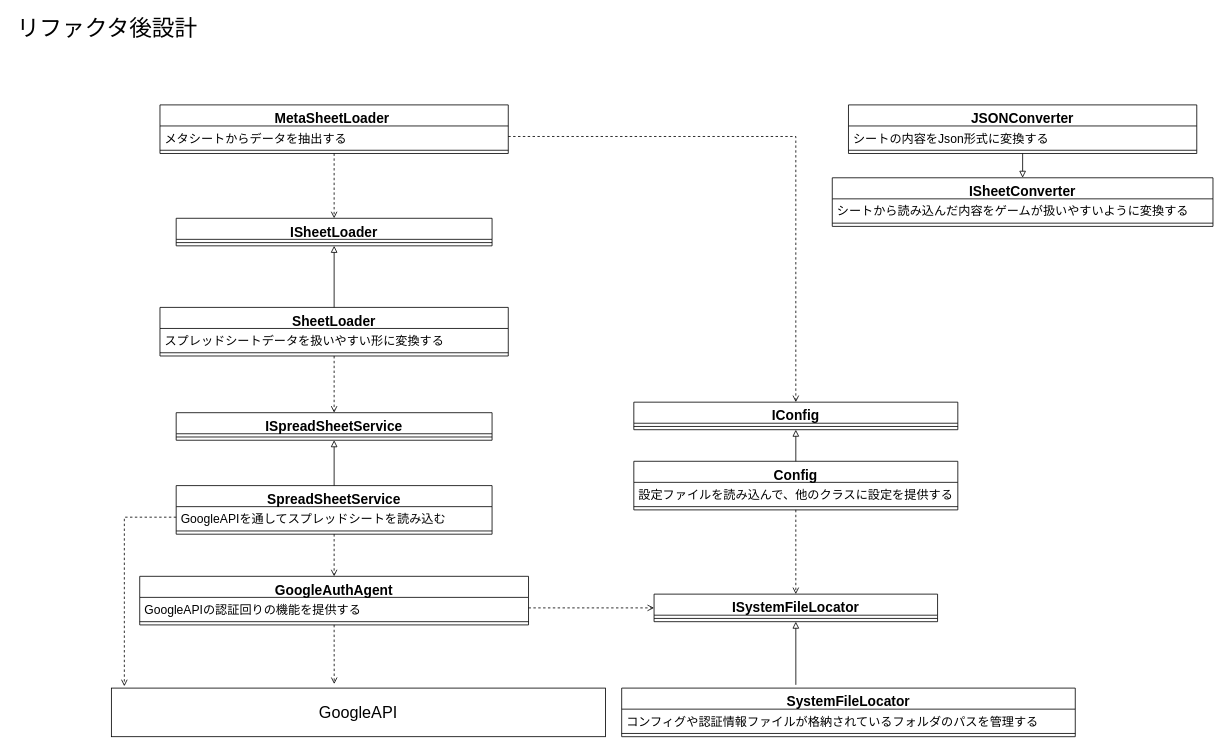
This is Designs/コア機能設計.drawio from Dumble009/GoogleDriveDownloader, a draw.io file, before an edit. Source tidied: cells renumbered, new cells numbered last; positions are measured from the earlier drawing's top-left corner, leaving out a move shared by most shapes. Both pictures are drawn from the tidied source at 81%, with x=0, y=0 at pixel (14, 15).
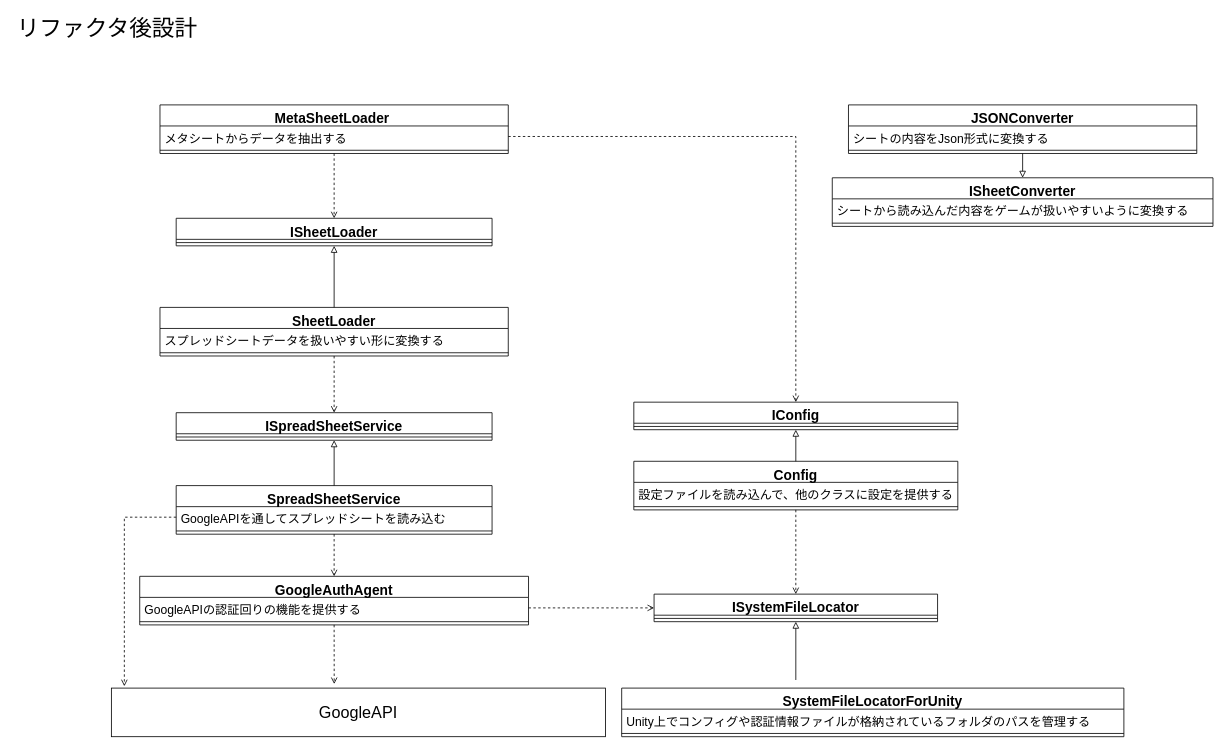
After the change.

Commit message (it also covers changes not shown here):
SystemFileLocatorを、Unityに特化したものであることが分かりやすい名前に改名

Unchanged cells that the change refers to:
```xml
<mxCell id="30" value="ISystemFileLocator" style="swimlane;fontStyle=1;align=center;verticalAlign=top;horizontal=1;startSize=26;fontSize=17;" parent="1" vertex="1">
  <mxGeometry x="790" y="714" width="350" height="34" as="geometry" />
</mxCell>
```

The edit, as a diff of the source:
```diff
@@
-    <mxCell id="27" value="SystemFileLocator" style="swimlane;fontStyle=1;align=center;verticalAlign=top;horizontal=1;startSize=26;fontSize=17;" parent="1" vertex="1">
-      <mxGeometry x="750" y="830" width="560" height="60" as="geometry" />
+    <mxCell id="27" value="SystemFileLocatorForUnity" style="swimlane;fontStyle=1;align=center;verticalAlign=top;horizontal=1;startSize=26;fontSize=17;" parent="1" vertex="1">
+      <mxGeometry x="750" y="830" width="620" height="60" as="geometry" />
     </mxCell>
-    <mxCell id="28" value="コンフィグや認証情報ファイルが格納されているフォルダのパスを管理する" style="text;strokeColor=none;fillColor=none;align=left;verticalAlign=top;spacingLeft=4;spacingRight=4;overflow=hidden;fontSize=15;" parent="27" vertex="1">
-      <mxGeometry y="26" width="560" height="26" as="geometry" />
+    <mxCell id="28" value="Unity上でコンフィグや認証情報ファイルが格納されているフォルダのパスを管理する" style="text;strokeColor=none;fillColor=none;align=left;verticalAlign=top;spacingLeft=4;spacingRight=4;overflow=hidden;fontSize=15;" parent="27" vertex="1">
+      <mxGeometry y="26" width="620" height="26" as="geometry" />
     </mxCell>
     <mxCell id="29" style="line;strokeWidth=1;fillColor=none;align=left;verticalAlign=middle;spacingTop=-1;spacingLeft=3;spacingRight=3;labelPosition=right;fontSize=20;" parent="27" vertex="1">
-      <mxGeometry y="52" width="560" height="8" as="geometry" />
+      <mxGeometry y="52" width="620" height="8" as="geometry" />
     </mxCell>
@@
-    <mxCell id="33" style="endArrow=block;html=1;rounded=0;fontSize=20;entryX=0.5;entryY=1;entryDx=0;entryDy=0;endFill=0;exitX=0.384;exitY=-0.067;exitDx=0;exitDy=0;exitPerimeter=0;" parent="1" edge="1" source="27" target="30">
-      <mxGeometry relative="1" as="geometry" />
+    <mxCell id="33" style="endArrow=block;html=1;rounded=0;fontSize=20;entryX=0.5;entryY=1;entryDx=0;entryDy=0;endFill=0;" parent="1" edge="1" target="30">
+      <mxGeometry relative="1" as="geometry">
+        <mxPoint x="965" y="820" as="sourcePoint" />
+      </mxGeometry>
     </mxCell>
```
